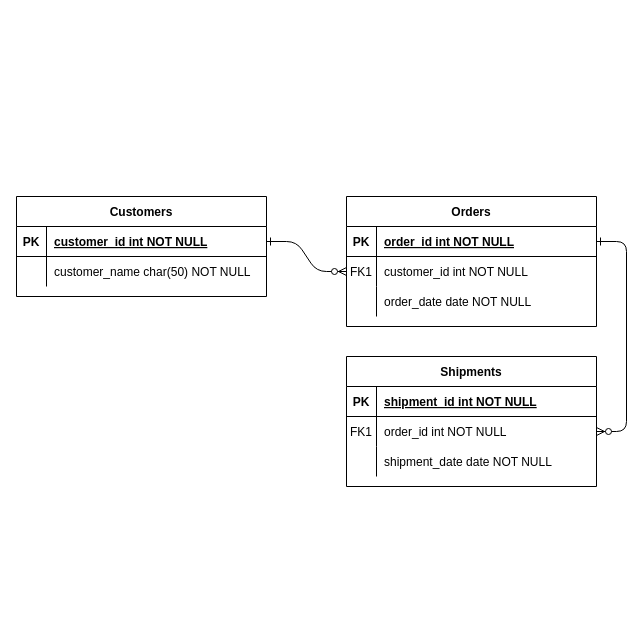
Earlier version of the draw.io diagram kitchin.drawio (brunocamposal/kitchin-kanri). Source tidied: cells renumbered, new cells numbered last; positions are measured from the earlier drawing's top-left corner, leaving out a move shared by most shapes. Both pictures are drawn from the tidied source at 100%, with x=0, y=0 at pixel (16, 196).
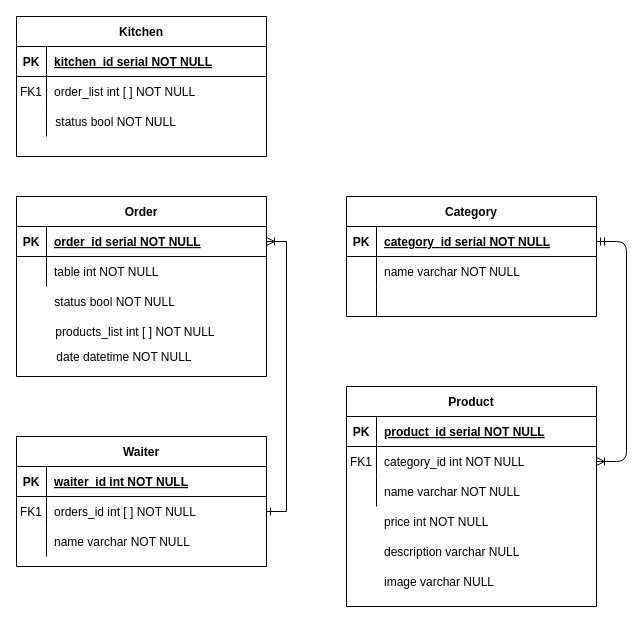
The same diagram, later.

Unchanged cells that the change refers to:
```xml
<mxCell id="5" style="shape=partialRectangle;fillColor=none;points=[[0,0.5],[1,0.5]];portConstraint=eastwest;top=0;left=0;right=0;bottom=1;" parent="4" vertex="1">
  <mxGeometry y="30" width="250" height="30" as="geometry" />
</mxCell>
<mxCell id="8" style="shape=partialRectangle;fillColor=none;points=[[0,0.5],[1,0.5]];portConstraint=eastwest;top=0;left=0;right=0;bottom=0;" parent="4" vertex="1">
  <mxGeometry y="60" width="250" height="30" as="geometry" />
</mxCell>
<mxCell id="11" style="shape=partialRectangle;fillColor=none;top=0;left=0;right=0;bottom=0;" parent="4" vertex="1">
  <mxGeometry y="90" width="250" height="30" as="geometry" />
</mxCell>
<mxCell id="15" style="shape=partialRectangle;fillColor=none;top=0;left=0;right=0;bottom=1;" parent="14" vertex="1">
  <mxGeometry y="30" width="250" height="30" as="geometry" />
</mxCell>
<mxCell id="18" style="shape=partialRectangle;fillColor=none;points=[[0,0.5],[1,0.5]];portConstraint=eastwest;top=0;left=0;right=0;bottom=0;" parent="14" vertex="1">
  <mxGeometry y="60" width="250" height="30" as="geometry" />
</mxCell>
<mxCell id="21" style="shape=partialRectangle;fillColor=none;top=0;left=0;right=0;bottom=0;" parent="14" vertex="1">
  <mxGeometry y="90" width="250" height="30" as="geometry" />
</mxCell>
<mxCell id="25" style="shape=partialRectangle;fillColor=none;points=[[0,0.5],[1,0.5]];portConstraint=eastwest;top=0;left=0;right=0;bottom=1;" parent="24" vertex="1">
  <mxGeometry y="30" width="250" height="30" as="geometry" />
</mxCell>
<mxCell id="28" style="shape=partialRectangle;fillColor=none;top=0;left=0;right=0;bottom=0;" parent="24" vertex="1">
  <mxGeometry y="60" width="250" height="30" as="geometry" />
</mxCell>
```

Diff of the diagram source:
```diff
@@
-    <mxCell id="2" style="edgeStyle=entityRelationEdgeStyle;endArrow=ERzeroToMany;startArrow=ERone;endFill=1;startFill=0;" parent="1" edge="1" source="25" target="8">
-      <mxGeometry relative="1" as="geometry" />
-    </mxCell>
-    <mxCell id="3" style="edgeStyle=entityRelationEdgeStyle;endArrow=ERzeroToMany;startArrow=ERone;endFill=1;startFill=0;" parent="1" edge="1" source="5" target="18">
+    <mxCell id="3" style="edgeStyle=entityRelationEdgeStyle;endArrow=ERoneToMany;startArrow=ERmandOne;endFill=0;startFill=0;" parent="1" edge="1" source="5" target="18">
       <mxGeometry relative="1" as="geometry" />
     </mxCell>
-    <mxCell id="4" value="Orders" style="shape=table;startSize=30;childLayout=tableLayout;rowLines=0;fontStyle=1;align=center;" parent="1" vertex="1">
-      <mxGeometry x="330" width="250" height="130" as="geometry" />
+    <mxCell id="4" value="Category" style="shape=table;startSize=30;childLayout=tableLayout;rowLines=0;fontStyle=1;align=center;" parent="1" vertex="1">
+      <mxGeometry x="330" width="250" height="120" as="geometry" />
     </mxCell>
@@
-    <mxCell id="7" value="order_id int NOT NULL " style="shape=partialRectangle;overflow=hidden;fillColor=none;top=0;left=0;bottom=0;right=0;align=left;spacingLeft=6;fontStyle=5;" parent="5" vertex="1">
+    <mxCell id="7" value="category_id serial NOT NULL " style="shape=partialRectangle;overflow=hidden;fillColor=none;top=0;left=0;bottom=0;right=0;align=left;spacingLeft=6;fontStyle=5;" parent="5" vertex="1">
       <mxGeometry x="30" width="220" height="30" as="geometry" />
     </mxCell>
@@
-    <mxCell id="9" value="FK1" style="shape=partialRectangle;overflow=hidden;fillColor=none;top=0;left=0;bottom=0;right=0;" parent="8" vertex="1">
+    <mxCell id="9" style="shape=partialRectangle;overflow=hidden;fillColor=none;top=0;left=0;bottom=0;right=0;" parent="8" vertex="1">
       <mxGeometry width="30" height="30" as="geometry" />
     </mxCell>
-    <mxCell id="10" value="customer_id int NOT NULL" style="shape=partialRectangle;overflow=hidden;fillColor=none;top=0;left=0;bottom=0;right=0;align=left;spacingLeft=6;" parent="8" vertex="1">
+    <mxCell id="10" style="shape=partialRectangle;overflow=hidden;fillColor=none;top=0;left=0;bottom=0;right=0;align=left;spacingLeft=6;" parent="8" vertex="1">
       <mxGeometry x="30" width="220" height="30" as="geometry" />
     </mxCell>
@@
-    <mxCell id="13" value="order_date date NOT NULL" style="shape=partialRectangle;overflow=hidden;fillColor=none;top=0;left=0;bottom=0;right=0;align=left;spacingLeft=6;" parent="11" vertex="1">
+    <mxCell id="13" style="shape=partialRectangle;overflow=hidden;fillColor=none;top=0;left=0;bottom=0;right=0;align=left;spacingLeft=6;" parent="11" vertex="1">
       <mxGeometry x="30" width="220" height="30" as="geometry" />
     </mxCell>
-    <mxCell id="14" value="Shipments" style="shape=table;startSize=30;childLayout=tableLayout;rowLines=0;fontStyle=1;align=center;" parent="1" vertex="1">
-      <mxGeometry x="330" y="160" width="250" height="130" as="geometry" />
+    <mxCell id="14" value="Product" style="shape=table;startSize=30;childLayout=tableLayout;rowLines=0;fontStyle=1;align=center;" parent="1" vertex="1">
+      <mxGeometry x="330" y="190" width="250" height="220" as="geometry" />
     </mxCell>
@@
-    <mxCell id="17" value="shipment_id int NOT NULL " style="shape=partialRectangle;overflow=hidden;fillColor=none;top=0;left=0;bottom=0;right=0;align=left;spacingLeft=6;fontStyle=5;" parent="15" vertex="1">
+    <mxCell id="17" value="product_id serial NOT NULL " style="shape=partialRectangle;overflow=hidden;fillColor=none;top=0;left=0;bottom=0;right=0;align=left;spacingLeft=6;fontStyle=5;" parent="15" vertex="1">
       <mxGeometry x="30" width="220" height="30" as="geometry" />
     </mxCell>
@@
-    <mxCell id="20" value="order_id int NOT NULL" style="shape=partialRectangle;overflow=hidden;fillColor=none;top=0;left=0;bottom=0;right=0;align=left;spacingLeft=6;" parent="18" vertex="1">
+    <mxCell id="20" value="category_id int NOT NULL" style="shape=partialRectangle;overflow=hidden;fillColor=none;top=0;left=0;bottom=0;right=0;align=left;spacingLeft=6;" parent="18" vertex="1">
       <mxGeometry x="30" width="220" height="30" as="geometry" />
     </mxCell>
@@
-    <mxCell id="23" value="shipment_date date NOT NULL" style="shape=partialRectangle;overflow=hidden;fillColor=none;top=0;left=0;bottom=0;right=0;align=left;spacingLeft=6;" parent="21" vertex="1">
+    <mxCell id="23" style="shape=partialRectangle;overflow=hidden;fillColor=none;top=0;left=0;bottom=0;right=0;align=left;spacingLeft=6;" parent="21" vertex="1">
       <mxGeometry x="30" width="220" height="30" as="geometry" />
     </mxCell>
-    <mxCell id="24" value="Customers" style="shape=table;startSize=30;childLayout=tableLayout;rowLines=0;fontStyle=1;align=center;" parent="1" vertex="1">
-      <mxGeometry width="250" height="100" as="geometry" />
+    <mxCell id="24" value="Order" style="shape=table;startSize=30;childLayout=tableLayout;rowLines=0;fontStyle=1;align=center;" parent="1" vertex="1">
+      <mxGeometry width="250" height="180" as="geometry" />
     </mxCell>
@@
-    <mxCell id="27" value="customer_id int NOT NULL " style="shape=partialRectangle;overflow=hidden;fillColor=none;top=0;left=0;bottom=0;right=0;align=left;spacingLeft=6;fontStyle=5;" parent="25" vertex="1">
+    <mxCell id="27" value="order_id serial NOT NULL " style="shape=partialRectangle;overflow=hidden;fillColor=none;top=0;left=0;bottom=0;right=0;align=left;spacingLeft=6;fontStyle=5;" parent="25" vertex="1">
       <mxGeometry x="30" width="220" height="30" as="geometry" />
     </mxCell>
@@
-    <mxCell id="30" value="customer_name char(50) NOT NULL" style="shape=partialRectangle;overflow=hidden;fillColor=none;top=0;left=0;bottom=0;right=0;align=left;spacingLeft=6;" parent="28" vertex="1">
+    <mxCell id="30" value="table int NOT NULL" style="shape=partialRectangle;overflow=hidden;fillColor=none;top=0;left=0;bottom=0;right=0;align=left;spacingLeft=6;" parent="28" vertex="1">
       <mxGeometry x="30" width="220" height="30" as="geometry" />
     </mxCell>
+    <mxCell id="31" value="Kitchen" style="shape=table;startSize=30;childLayout=tableLayout;rowLines=0;fontStyle=1;align=center;" parent="1" vertex="1">
+      <mxGeometry y="-180" width="250" height="140" as="geometry" />
+    </mxCell>
+    <mxCell id="32" style="shape=partialRectangle;fillColor=none;top=0;left=0;right=0;bottom=1;" parent="31" vertex="1">
+      <mxGeometry y="30" width="250" height="30" as="geometry" />
+    </mxCell>
+    <mxCell id="33" value="PK" style="shape=partialRectangle;overflow=hidden;fillColor=none;top=0;left=0;bottom=0;right=0;fontStyle=1;" parent="32" vertex="1">
+      <mxGeometry width="30" height="30" as="geometry" />
+    </mxCell>
+    <mxCell id="34" value="kitchen_id serial NOT NULL " style="shape=partialRectangle;overflow=hidden;fillColor=none;top=0;left=0;bottom=0;right=0;align=left;spacingLeft=6;fontStyle=5;" parent="32" vertex="1">
+      <mxGeometry x="30" width="220" height="30" as="geometry" />
+    </mxCell>
+    <mxCell id="35" style="shape=partialRectangle;fillColor=none;top=0;left=0;right=0;bottom=0;" parent="31" vertex="1">
+      <mxGeometry y="60" width="250" height="30" as="geometry" />
+    </mxCell>
+    <mxCell id="36" value="FK1" style="shape=partialRectangle;overflow=hidden;fillColor=none;top=0;left=0;bottom=0;right=0;" parent="35" vertex="1">
+      <mxGeometry width="30" height="30" as="geometry" />
+    </mxCell>
+    <mxCell id="37" value="order_list int [ ] NOT NULL" style="shape=partialRectangle;overflow=hidden;fillColor=none;top=0;left=0;bottom=0;right=0;align=left;spacingLeft=6;" parent="35" vertex="1">
+      <mxGeometry x="30" width="220" height="30" as="geometry" />
+    </mxCell>
+    <mxCell id="38" style="shape=partialRectangle;fillColor=none;top=0;left=0;right=0;bottom=0;" parent="31" vertex="1">
+      <mxGeometry y="90" width="250" height="30" as="geometry" />
+    </mxCell>
+    <mxCell id="39" style="shape=partialRectangle;overflow=hidden;fillColor=none;top=0;left=0;bottom=0;right=0;" parent="38" vertex="1">
+      <mxGeometry width="30" height="30" as="geometry" />
+    </mxCell>
+    <mxCell id="40" style="shape=partialRectangle;overflow=hidden;fillColor=none;top=0;left=0;bottom=0;right=0;align=left;spacingLeft=6;" parent="38" vertex="1">
+      <mxGeometry x="30" width="220" height="30" as="geometry" />
+    </mxCell>
+    <mxCell id="41" value="Waiter" style="shape=table;startSize=30;childLayout=tableLayout;rowLines=0;fontStyle=1;align=center;" parent="1" vertex="1">
+      <mxGeometry y="240" width="250" height="130" as="geometry" />
+    </mxCell>
+    <mxCell id="42" style="shape=partialRectangle;fillColor=none;top=0;left=0;right=0;bottom=1;" parent="41" vertex="1">
+      <mxGeometry y="30" width="250" height="30" as="geometry" />
+    </mxCell>
+    <mxCell id="43" value="PK" style="shape=partialRectangle;overflow=hidden;fillColor=none;top=0;left=0;bottom=0;right=0;fontStyle=1;" parent="42" vertex="1">
+      <mxGeometry width="30" height="30" as="geometry" />
+    </mxCell>
+    <mxCell id="44" value="waiter_id int NOT NULL " style="shape=partialRectangle;overflow=hidden;fillColor=none;top=0;left=0;bottom=0;right=0;align=left;spacingLeft=6;fontStyle=5;" parent="42" vertex="1">
+      <mxGeometry x="30" width="220" height="30" as="geometry" />
+    </mxCell>
+    <mxCell id="45" style="shape=partialRectangle;fillColor=none;points=[[0,0.5],[1,0.5]];portConstraint=eastwest;top=0;left=0;right=0;bottom=0;" parent="41" vertex="1">
+      <mxGeometry y="60" width="250" height="30" as="geometry" />
+    </mxCell>
+    <mxCell id="46" value="FK1" style="shape=partialRectangle;overflow=hidden;fillColor=none;top=0;left=0;bottom=0;right=0;" parent="45" vertex="1">
+      <mxGeometry width="30" height="30" as="geometry" />
+    </mxCell>
+    <mxCell id="47" value="orders_id int [ ] NOT NULL" style="shape=partialRectangle;overflow=hidden;fillColor=none;top=0;left=0;bottom=0;right=0;align=left;spacingLeft=6;" parent="45" vertex="1">
+      <mxGeometry x="30" width="220" height="30" as="geometry" />
+    </mxCell>
+    <mxCell id="48" style="shape=partialRectangle;fillColor=none;top=0;left=0;right=0;bottom=0;" parent="41" vertex="1">
+      <mxGeometry y="90" width="250" height="30" as="geometry" />
+    </mxCell>
+    <mxCell id="49" style="shape=partialRectangle;overflow=hidden;fillColor=none;top=0;left=0;bottom=0;right=0;" parent="48" vertex="1">
+      <mxGeometry width="30" height="30" as="geometry" />
+    </mxCell>
+    <mxCell id="50" value="name varchar NOT NULL" style="shape=partialRectangle;overflow=hidden;fillColor=none;top=0;left=0;bottom=0;right=0;align=left;spacingLeft=6;" parent="48" vertex="1">
+      <mxGeometry x="30" width="220" height="30" as="geometry" />
+    </mxCell>
+    <mxCell id="51" value="name varchar NOT NULL" style="shape=partialRectangle;overflow=hidden;fillColor=none;top=0;left=0;bottom=0;right=0;align=left;spacingLeft=6;" parent="1" vertex="1">
+      <mxGeometry x="360" y="280" width="220" height="30" as="geometry" />
+    </mxCell>
+    <mxCell id="52" value="price int NOT NULL" style="shape=partialRectangle;overflow=hidden;fillColor=none;top=0;left=0;bottom=0;right=0;align=left;spacingLeft=6;" parent="1" vertex="1">
+      <mxGeometry x="360" y="310" width="220" height="30" as="geometry" />
+    </mxCell>
+    <mxCell id="53" value="description varchar NULL" style="shape=partialRectangle;overflow=hidden;fillColor=none;top=0;left=0;bottom=0;right=0;align=left;spacingLeft=6;" parent="1" vertex="1">
+      <mxGeometry x="360" y="340" width="220" height="30" as="geometry" />
+    </mxCell>
+    <mxCell id="54" value="image varchar NULL" style="shape=partialRectangle;overflow=hidden;fillColor=none;top=0;left=0;bottom=0;right=0;align=left;spacingLeft=6;" parent="1" vertex="1">
+      <mxGeometry x="360" y="370" width="220" height="30" as="geometry" />
+    </mxCell>
+    <mxCell id="55" value="name varchar NOT NULL" style="shape=partialRectangle;overflow=hidden;fillColor=none;top=0;left=0;bottom=0;right=0;align=left;spacingLeft=6;" parent="1" vertex="1">
+      <mxGeometry x="360" y="60" width="220" height="30" as="geometry" />
+    </mxCell>
+    <mxCell id="56" value=" status bool NOT NULL" style="shape=partialRectangle;overflow=hidden;fillColor=none;top=0;left=0;bottom=0;right=0;align=left;spacingLeft=6;" parent="1" vertex="1">
+      <mxGeometry x="27" y="90" width="220" height="30" as="geometry" />
+    </mxCell>
+    <mxCell id="57" value=" products_list int [ ] NOT NULL" style="shape=partialRectangle;overflow=hidden;fillColor=none;top=0;left=0;bottom=0;right=0;align=left;spacingLeft=6;" parent="1" vertex="1">
+      <mxGeometry x="28" y="120" width="220" height="30" as="geometry" />
+    </mxCell>
+    <mxCell id="58" style="edgeStyle=orthogonalEdgeStyle;rounded=0;jettySize=auto;html=1;exitX=1;exitY=0.5;exitDx=0;exitDy=0;entryX=1;entryY=0.5;entryDx=0;entryDy=0;startArrow=ERone;startFill=0;endArrow=ERoneToMany;endFill=0;" parent="1" edge="1" source="45" target="25">
+      <mxGeometry relative="1" as="geometry" />
+    </mxCell>
+    <mxCell id="59" value=" status bool NOT NULL" style="shape=partialRectangle;overflow=hidden;fillColor=none;top=0;left=0;bottom=0;right=0;align=left;spacingLeft=6;" parent="1" vertex="1">
+      <mxGeometry x="28" y="-90" width="222" height="30" as="geometry" />
+    </mxCell>
+    <mxCell id="60" value=" date datetime NOT NULL" style="shape=partialRectangle;overflow=hidden;fillColor=none;top=0;left=0;bottom=0;right=0;align=left;spacingLeft=6;" parent="1" vertex="1">
+      <mxGeometry x="29" y="140" width="220" height="40" as="geometry" />
+    </mxCell>
```
